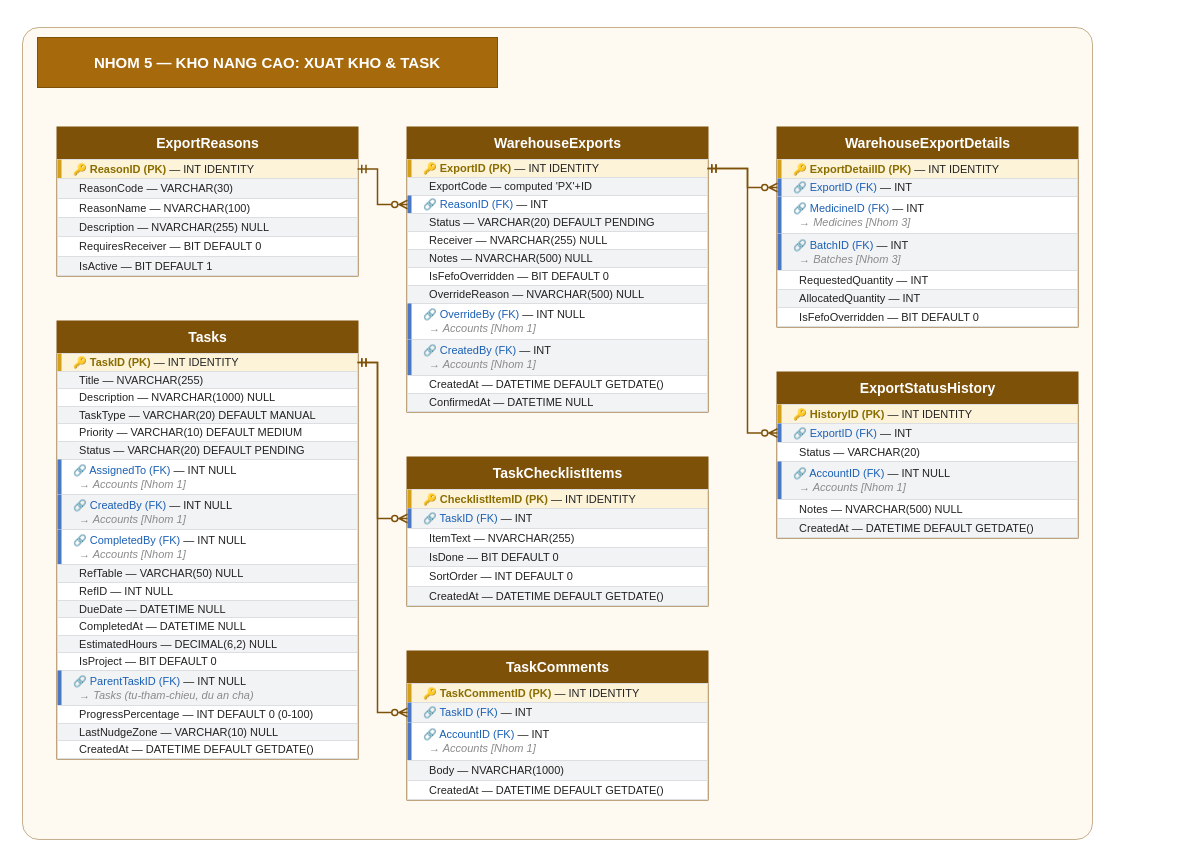
Earlier version of the draw.io diagram page "khoNangCao_XuatKho" (6 of 6) of TaiNguyen/Duyệt/MediVault_ERD_Diagram.drawio (dodangkhoa907-png/MediVault). Source tidied: cells renumbered, new cells numbered last; positions are measured from the earlier drawing's top-left corner, leaving out a move shared by most shapes. Both pictures are drawn from the tidied source at 100%, with x=0, y=0 at pixel (17, 17).
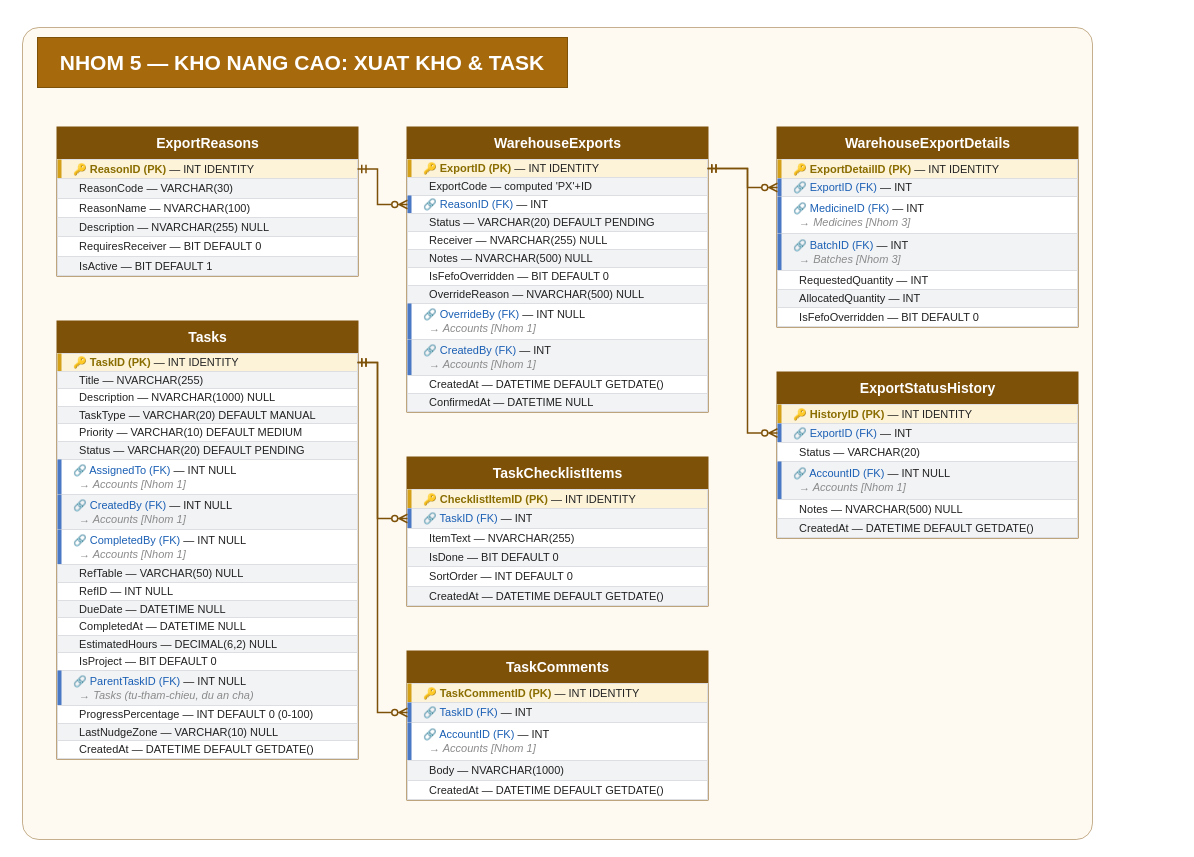
The same page after the edit.

Unchanged cells that the change refers to:
```xml
<mxCell id="2" style="group;" parent="1" vertex="1">
  <mxGeometry width="1160" height="822" as="geometry" />
</mxCell>
```

Change to the diagram source:
```diff
@@
-    <mxCell id="4" value="NHOM 5 — KHO NANG CAO: XUAT KHO &amp;amp; TASK" style="rounded=0;whiteSpace=wrap;html=1;fontStyle=1;fontSize=15;fontColor=#ffffff;fillColor=#A6690C;strokeColor=#7E5109;verticalAlign=middle;align=center;" parent="2" vertex="1">
-      <mxGeometry x="20" y="20" width="460" height="50" as="geometry" />
+    <mxCell id="4" value="NHOM 5 — KHO NANG CAO: XUAT KHO &amp;amp; TASK" style="rounded=0;whiteSpace=wrap;html=1;fontStyle=1;fontSize=21;fontColor=#ffffff;fillColor=#A6690C;strokeColor=#7E5109;verticalAlign=middle;align=center;" parent="2" vertex="1">
+      <mxGeometry x="20" y="20" width="530" height="50" as="geometry" />
     </mxCell>
```
